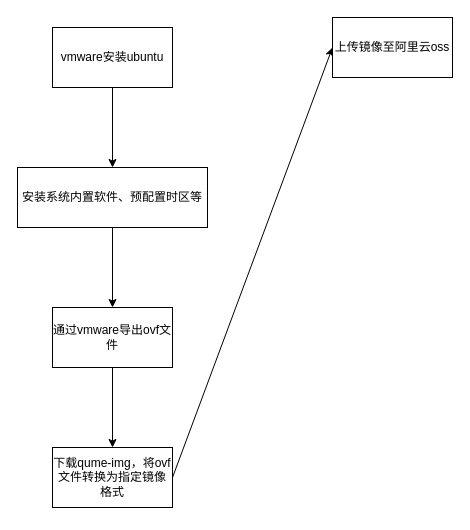
Before: ecsInstance.drawio in 92zhouliang/bmap-serveless, a draw.io diagram. Source tidied: cells renumbered, new cells numbered last; positions are measured from the earlier drawing's top-left corner, leaving out a move shared by most shapes. Both pictures are drawn from the tidied source at 100%, with x=0, y=0 at pixel (17, 17).
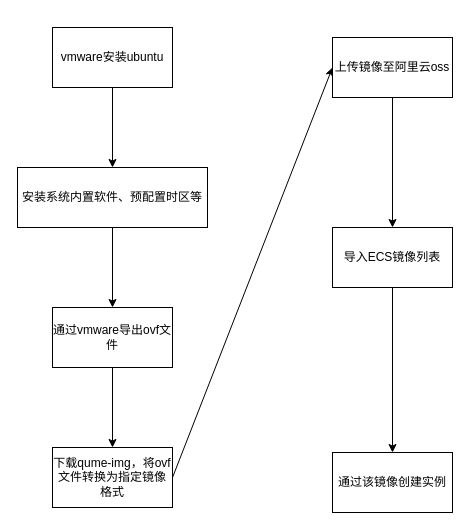
The same diagram, later.

Change to the diagram source:
```diff
@@
 <mxGraphModel>
   <root>
     <mxCell id="0" />
     <mxCell id="1" parent="0" />
     <mxCell id="2" style="edgeStyle=none;html=1;" parent="1" edge="1" source="3" target="5">
       <mxGeometry relative="1" as="geometry" />
     </mxCell>
     <mxCell id="3" value="vmware安装ubuntu" style="rounded=0;whiteSpace=wrap;html=1;" parent="1" vertex="1">
       <mxGeometry x="35" y="10" width="120" height="60" as="geometry" />
     </mxCell>
     <mxCell id="4" style="edgeStyle=none;html=1;" parent="1" edge="1" source="5" target="7">
       <mxGeometry relative="1" as="geometry" />
     </mxCell>
     <mxCell id="5" value="安装系统内置软件、预配置时区等" style="rounded=0;whiteSpace=wrap;html=1;" parent="1" vertex="1">
       <mxGeometry y="150" width="190" height="60" as="geometry" />
     </mxCell>
     <mxCell id="6" style="edgeStyle=none;html=1;" parent="1" edge="1" source="7" target="9">
       <mxGeometry relative="1" as="geometry" />
     </mxCell>
     <mxCell id="7" value="通过vmware导出ovf文件" style="whiteSpace=wrap;html=1;rounded=0;" parent="1" vertex="1">
       <mxGeometry x="35" y="290" width="120" height="60" as="geometry" />
     </mxCell>
     <mxCell id="8" style="edgeStyle=none;html=1;exitX=1;exitY=0.5;exitDx=0;exitDy=0;entryX=0;entryY=0.5;entryDx=0;entryDy=0;" parent="1" edge="1" source="9" target="10">
       <mxGeometry relative="1" as="geometry" />
     </mxCell>
     <mxCell id="9" value="下载qume-img，将ovf文件转换为指定镜像格式" style="whiteSpace=wrap;html=1;rounded=0;" parent="1" vertex="1">
       <mxGeometry x="35" y="430" width="120" height="60" as="geometry" />
     </mxCell>
+    <mxCell id="11" style="edgeStyle=none;html=1;" parent="1" edge="1" source="10" target="13">
+      <mxGeometry relative="1" as="geometry" />
+    </mxCell>
     <mxCell id="10" value="上传镜像至阿里云oss" style="whiteSpace=wrap;html=1;" parent="1" vertex="1">
-      <mxGeometry x="315" width="120" height="60" as="geometry" />
+      <mxGeometry x="315" y="20" width="120" height="60" as="geometry" />
     </mxCell>
+    <mxCell id="12" style="edgeStyle=none;html=1;" parent="1" edge="1" source="13" target="14">
+      <mxGeometry relative="1" as="geometry" />
+    </mxCell>
+    <mxCell id="13" value="导入ECS镜像列表" style="whiteSpace=wrap;html=1;" parent="1" vertex="1">
+      <mxGeometry x="315" y="210" width="120" height="60" as="geometry" />
+    </mxCell>
+    <mxCell id="14" value="通过该镜像创建实例" style="whiteSpace=wrap;html=1;" parent="1" vertex="1">
+      <mxGeometry x="315" y="435" width="120" height="60" as="geometry" />
+    </mxCell>
   </root>
 </mxGraphModel>
```
